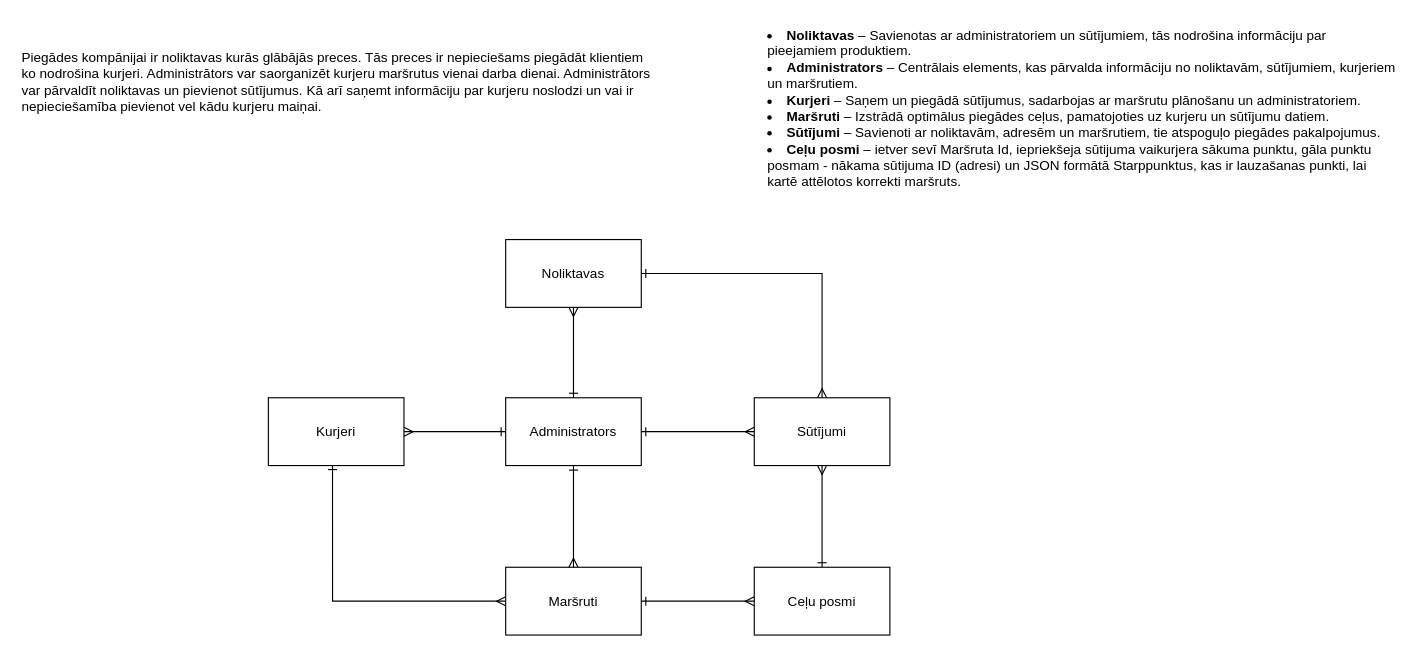
Before: KonceptuModelis.drawio in danielsculka/projektesanas-laboratorija, a draw.io diagram. Source tidied: cells renumbered, new cells numbered last; positions are measured from the earlier drawing's top-left corner, leaving out a move shared by most shapes. Both pictures are drawn from the tidied source at 113%, with x=0, y=0 at pixel (19, 19).
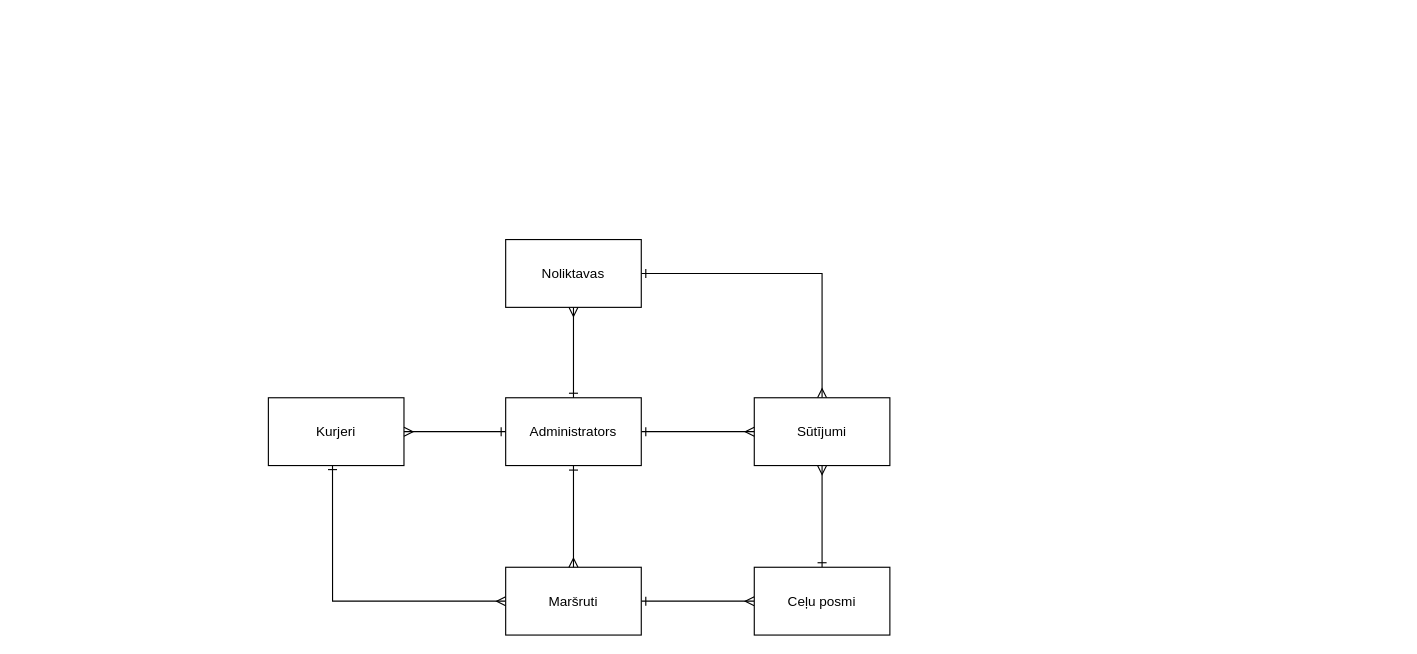
Above is the later version.

What changed in the source:
```diff
@@
-    <mxCell id="16" value="&lt;li&gt;&lt;strong&gt;Noliktavas&lt;/strong&gt; – Savienotas ar administratoriem un sūtījumiem, tās nodrošina informāciju par pieejamiem produktiem.&lt;/li&gt;&lt;li&gt;&lt;strong&gt;Administrators&lt;/strong&gt; – Centrālais elements, kas pārvalda informāciju no noliktavām, sūtījumiem, kurjeriem un maršrutiem.&lt;/li&gt;&lt;li&gt;&lt;strong&gt;Kurjeri&lt;/strong&gt; – Saņem un piegādā sūtījumus, sadarbojas ar maršrutu plānošanu un administratoriem.&lt;/li&gt;&lt;li&gt;&lt;strong&gt;Maršruti&lt;/strong&gt; – Izstrādā optimālus piegādes ceļus, pamatojoties uz kurjeru un sūtījumu datiem.&lt;/li&gt;&lt;li&gt;&lt;strong&gt;Sūtījumi&lt;/strong&gt; – Savienoti ar noliktavām, adresēm un maršrutiem, tie atspoguļo piegādes pakalpojumus.&lt;/li&gt;&lt;li&gt;&lt;b&gt;Ceļu posmi&lt;/b&gt; – ietver sevī Maršruta Id, iepriekšeja sūtijuma vaikurjera sākuma punktu, gāla punktu posmam - nākama sūtijuma ID (adresi) un JSON formātā Starppunktus, kas ir lauzašanas punkti, lai kartē attēlotos korrekti maršruts.&lt;/li&gt;" style="text;whiteSpace=wrap;html=1;" parent="1" vertex="1">
-      <mxGeometry x="660" width="560" height="170" as="geometry" />
-    </mxCell>
-    <mxCell id="17" value="Piegādes kompānijai ir noliktavas kurās glābājās preces. Tās preces ir nepieciešams piegādāt klientiem&amp;nbsp; ko nodrošina kurjeri. Administrātors var saorganizēt kurjeru maršrutus vienai darba dienai. Administrātors var pārvaldīt noliktavas un pievienot sūtījumus. Kā arī saņemt informāciju par kurjeru noslodzi un vai ir nepieciešamība pievienot vel kādu kurjeru maiņai." style="text;whiteSpace=wrap;html=1;" parent="1" vertex="1">
-      <mxGeometry y="20" width="560" height="70" as="geometry" />
-    </mxCell>
```
